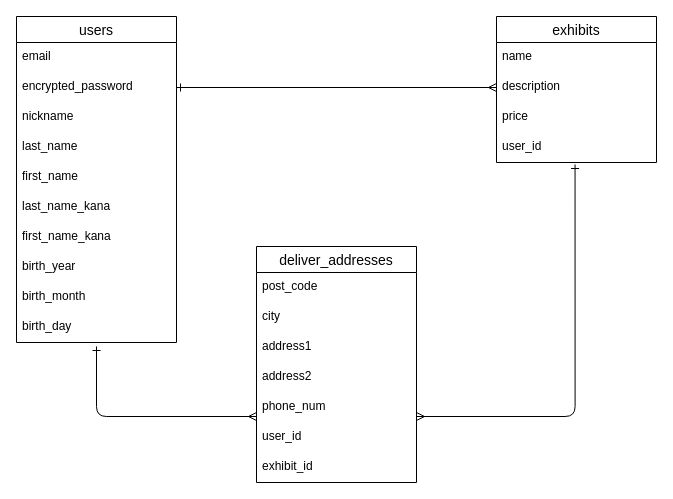
Earlier version of the draw.io diagram er.drawio (nanarin829/furima-kagawa2022-nekosanteam). Source tidied: cells renumbered, new cells numbered last; positions are measured from the earlier drawing's top-left corner, leaving out a move shared by most shapes. Both pictures are drawn from the tidied source at 100%, with x=0, y=0 at pixel (16, 16).
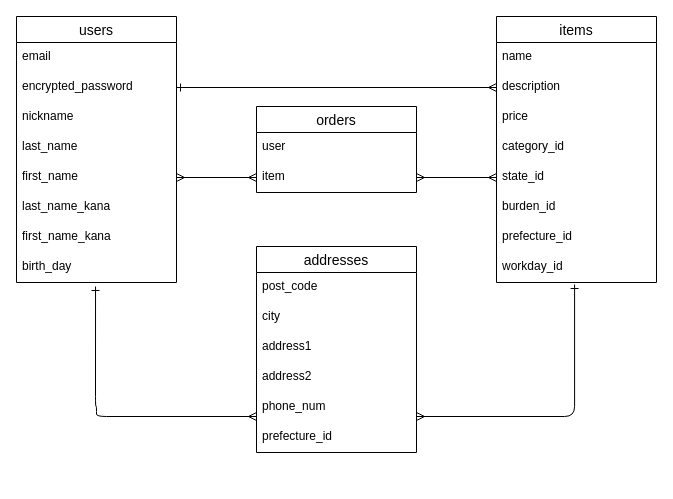
After the change.

Commit message (it also covers changes not shown here):
README.mdとER図の修正

The change refers to these unchanged cells:
```xml
<mxCell id="7" value="first_name" style="text;strokeColor=none;fillColor=none;spacingLeft=4;spacingRight=4;overflow=hidden;points=[[0,0.5],[1,0.5]];portConstraint=eastwest;fontSize=12;" parent="2" vertex="1">
  <mxGeometry y="146" width="160" height="30" as="geometry" />
</mxCell>
```

What changed in the source:
```diff
@@
     <mxCell id="2" value="users" style="swimlane;fontStyle=0;horizontal=1;startSize=26;align=center;fontSize=14;" parent="1" vertex="1">
-      <mxGeometry width="160" height="326" as="geometry" />
+      <mxGeometry width="160" height="266" as="geometry" />
     </mxCell>
@@
-    <mxCell id="10" value="birth_year" style="text;strokeColor=none;fillColor=none;spacingLeft=4;spacingRight=4;overflow=hidden;fontSize=12;" parent="2" vertex="1">
-      <mxGeometry y="236" width="160" height="30" as="geometry" />
-    </mxCell>
-    <mxCell id="11" value="birth_month" style="text;strokeColor=none;fillColor=none;spacingLeft=4;spacingRight=4;overflow=hidden;fontSize=12;" parent="2" vertex="1">
-      <mxGeometry y="266" width="160" height="30" as="geometry" />
-    </mxCell>
     <mxCell id="12" value="birth_day" style="text;strokeColor=none;fillColor=none;spacingLeft=4;spacingRight=4;overflow=hidden;points=[[0,0.5],[1,0.5]];portConstraint=eastwest;fontSize=12;" parent="2" vertex="1">
-      <mxGeometry y="296" width="160" height="30" as="geometry" />
+      <mxGeometry y="236" width="160" height="30" as="geometry" />
     </mxCell>
-    <mxCell id="13" value="exhibits" style="swimlane;fontStyle=0;horizontal=1;startSize=26;align=center;fontSize=14;" parent="1" vertex="1">
-      <mxGeometry x="480" width="160" height="146" as="geometry" />
+    <mxCell id="13" value="items" style="swimlane;fontStyle=0;horizontal=1;startSize=26;align=center;fontSize=14;" parent="1" vertex="1">
+      <mxGeometry x="480" width="160" height="266" as="geometry" />
     </mxCell>
@@
-    <mxCell id="17" value="user_id" style="text;strokeColor=none;fillColor=none;spacingLeft=4;spacingRight=4;overflow=hidden;points=[[0,0.5],[1,0.5]];portConstraint=eastwest;fontSize=12;" parent="13" vertex="1">
-      <mxGeometry y="116" width="160" height="30" as="geometry" />
-    </mxCell>
+    <mxCell id="29" value="category_id" style="text;strokeColor=none;fillColor=none;spacingLeft=4;spacingRight=4;overflow=hidden;fontSize=12;" parent="13" vertex="1">
+      <mxGeometry y="116" width="160" height="30" as="geometry" />
+    </mxCell>
+    <mxCell id="30" value="state_id" style="text;strokeColor=none;fillColor=none;spacingLeft=4;spacingRight=4;overflow=hidden;points=[[0,0.5],[1,0.5]];portConstraint=eastwest;fontSize=12;" parent="13" vertex="1">
+      <mxGeometry y="146" width="160" height="30" as="geometry" />
+    </mxCell>
+    <mxCell id="31" value="burden_id" style="text;strokeColor=none;fillColor=none;spacingLeft=4;spacingRight=4;overflow=hidden;fontSize=12;" parent="13" vertex="1">
+      <mxGeometry y="176" width="160" height="30" as="geometry" />
+    </mxCell>
+    <mxCell id="32" value="prefecture_id" style="text;strokeColor=none;fillColor=none;spacingLeft=4;spacingRight=4;overflow=hidden;fontSize=12;" parent="13" vertex="1">
+      <mxGeometry y="206" width="160" height="30" as="geometry" />
+    </mxCell>
+    <mxCell id="33" value="workday_id" style="text;strokeColor=none;fillColor=none;spacingLeft=4;spacingRight=4;overflow=hidden;points=[[0,0.5],[1,0.5]];portConstraint=eastwest;fontSize=12;" parent="13" vertex="1">
+      <mxGeometry y="236" width="160" height="30" as="geometry" />
+    </mxCell>
-    <mxCell id="18" value="deliver_addresses" style="swimlane;fontStyle=0;horizontal=1;startSize=26;align=center;fontSize=14;" parent="1" vertex="1">
-      <mxGeometry x="240" y="230" width="160" height="236" as="geometry" />
+    <mxCell id="18" value="addresses" style="swimlane;fontStyle=0;horizontal=1;startSize=26;align=center;fontSize=14;" parent="1" vertex="1">
+      <mxGeometry x="240" y="230" width="160" height="206" as="geometry" />
     </mxCell>
@@
-    <mxCell id="24" value="user_id" style="text;strokeColor=none;fillColor=none;spacingLeft=4;spacingRight=4;overflow=hidden;fontSize=12;" parent="18" vertex="1">
-      <mxGeometry y="176" width="160" height="30" as="geometry" />
-    </mxCell>
-    <mxCell id="25" value="exhibit_id" style="text;strokeColor=none;fillColor=none;spacingLeft=4;spacingRight=4;overflow=hidden;fontSize=12;" parent="18" vertex="1">
-      <mxGeometry y="206" width="160" height="30" as="geometry" />
+    <mxCell id="25" value="prefecture_id" style="text;strokeColor=none;fillColor=none;spacingLeft=4;spacingRight=4;overflow=hidden;fontSize=12;" parent="18" vertex="1">
+      <mxGeometry y="176" width="160" height="30" as="geometry" />
     </mxCell>
@@
-    <mxCell id="27" style="edgeStyle=orthogonalEdgeStyle;html=1;exitX=0.491;exitY=1.067;exitDx=0;exitDy=0;startArrow=ERone;startFill=0;endArrow=ERmany;endFill=0;exitPerimeter=0;" parent="1" edge="1" source="17">
+    <mxCell id="27" style="edgeStyle=orthogonalEdgeStyle;html=1;exitX=0.488;exitY=1.067;exitDx=0;exitDy=0;startArrow=ERone;startFill=0;endArrow=ERmany;endFill=0;exitPerimeter=0;" parent="1" edge="1" source="33">
       <mxGeometry relative="1" as="geometry">
         <mxPoint x="400" y="400" as="targetPoint" />
         <Array as="points">
-          <mxPoint x="559" y="400" />
-          <mxPoint x="400" y="400" />
+          <mxPoint x="558" y="400" />
         </Array>
       </mxGeometry>
     </mxCell>
-    <mxCell id="28" style="edgeStyle=orthogonalEdgeStyle;html=1;startArrow=ERone;startFill=0;endArrow=ERmany;endFill=0;" parent="1" edge="1">
+    <mxCell id="28" style="edgeStyle=orthogonalEdgeStyle;html=1;startArrow=ERone;startFill=0;endArrow=ERmany;endFill=0;exitX=0.494;exitY=1.133;exitDx=0;exitDy=0;exitPerimeter=0;" parent="1" edge="1" source="12">
       <mxGeometry relative="1" as="geometry">
-        <mxPoint x="80" y="330" as="sourcePoint" />
         <mxPoint x="240" y="400" as="targetPoint" />
         <Array as="points">
+          <mxPoint x="80" y="390" />
           <mxPoint x="80" y="400" />
         </Array>
       </mxGeometry>
     </mxCell>
+    <mxCell id="34" value="orders" style="swimlane;fontStyle=0;horizontal=1;startSize=26;align=center;fontSize=14;" parent="1" vertex="1">
+      <mxGeometry x="240" y="90" width="160" height="86" as="geometry" />
+    </mxCell>
+    <mxCell id="35" value="user" style="text;strokeColor=none;fillColor=none;spacingLeft=4;spacingRight=4;overflow=hidden;fontSize=12;" parent="34" vertex="1">
+      <mxGeometry y="26" width="160" height="30" as="geometry" />
+    </mxCell>
+    <mxCell id="36" value="item" style="text;strokeColor=none;fillColor=none;spacingLeft=4;spacingRight=4;overflow=hidden;points=[[0,0.5],[1,0.5]];portConstraint=eastwest;fontSize=12;" parent="34" vertex="1">
+      <mxGeometry y="56" width="160" height="30" as="geometry" />
+    </mxCell>
+    <mxCell id="37" style="edgeStyle=none;html=1;exitX=1;exitY=0.5;exitDx=0;exitDy=0;entryX=0;entryY=0.5;entryDx=0;entryDy=0;endArrow=ERmany;endFill=0;startArrow=ERmany;startFill=0;" parent="1" edge="1" source="7" target="36">
+      <mxGeometry relative="1" as="geometry" />
+    </mxCell>
+    <mxCell id="38" style="edgeStyle=none;html=1;exitX=1;exitY=0.5;exitDx=0;exitDy=0;entryX=0;entryY=0.5;entryDx=0;entryDy=0;startArrow=ERmany;startFill=0;endArrow=ERmany;endFill=0;" parent="1" edge="1" source="36" target="30">
+      <mxGeometry relative="1" as="geometry" />
+    </mxCell>
```
